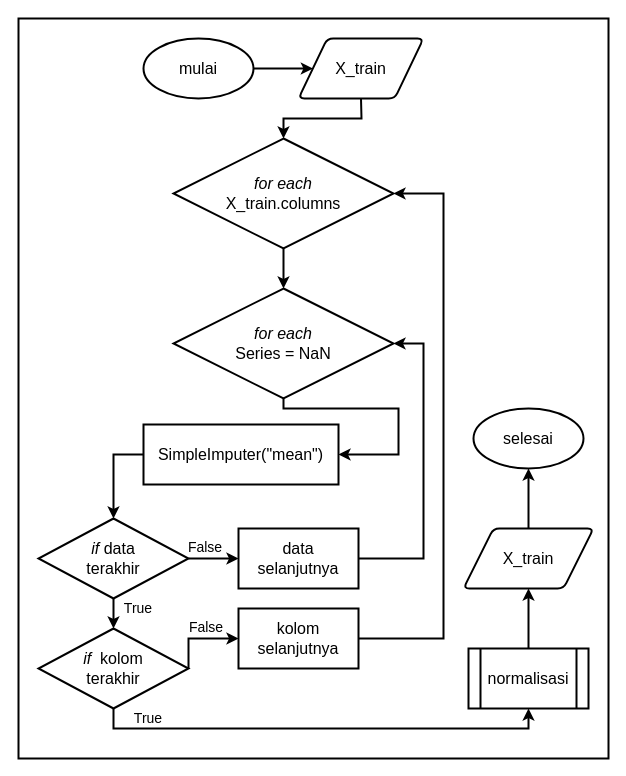
Before: Images/flowchart_prep_numeric.drawio in rshby/skripsi, a draw.io diagram. Source tidied: cells renumbered, new cells numbered last; positions are measured from the earlier drawing's top-left corner, leaving out a move shared by most shapes. Both pictures are drawn from the tidied source at 100%, with x=0, y=0 at pixel (18, 18).
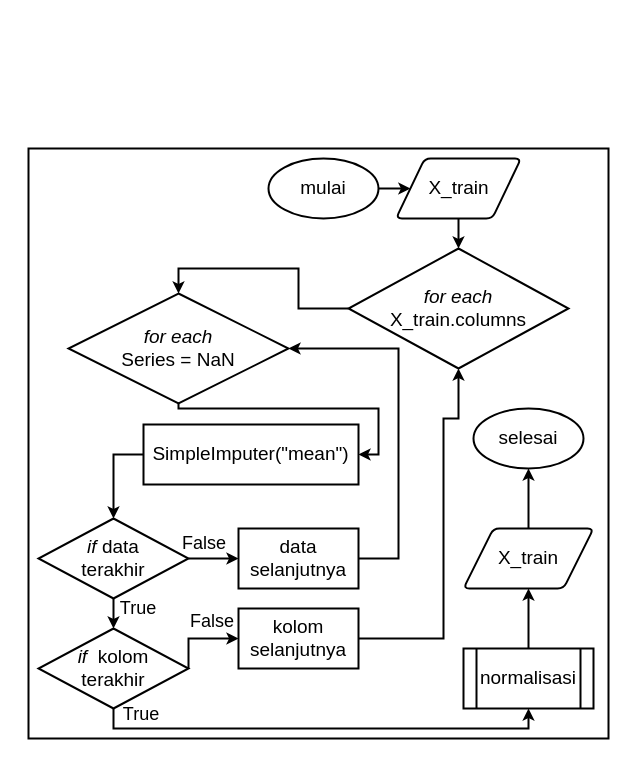
The same page after the edit.

What changed in the source:
```diff
@@
-    <mxCell id="2" style="group;" parent="1" vertex="1">
-      <mxGeometry width="590" height="740" as="geometry" />
-    </mxCell>
-    <mxCell id="3" style="rounded=0;whiteSpace=wrap;html=1;strokeWidth=2;" parent="2" vertex="1">
-      <mxGeometry width="590" height="740" as="geometry" />
-    </mxCell>
+    <mxCell id="33" style="group;" parent="1" vertex="1">
+      <mxGeometry x="10" y="130" width="580" height="590" as="geometry" />
+    </mxCell>
+    <mxCell id="34" style="rounded=0;whiteSpace=wrap;html=1;fontSize=19;strokeWidth=2;" parent="33" vertex="1">
+      <mxGeometry width="580" height="590" as="geometry" />
+    </mxCell>
-    <mxCell id="4" value="&lt;font style=&quot;font-size: 16px&quot;&gt;selesai&lt;/font&gt;" style="ellipse;whiteSpace=wrap;html=1;strokeWidth=2;" parent="2" vertex="1">
-      <mxGeometry x="455" y="390" width="110" height="60" as="geometry" />
+    <mxCell id="4" value="&lt;font style=&quot;font-size: 19px&quot;&gt;selesai&lt;/font&gt;" style="ellipse;whiteSpace=wrap;html=1;strokeWidth=2;" parent="33" vertex="1">
+      <mxGeometry x="445" y="260" width="110" height="60" as="geometry" />
     </mxCell>
-    <mxCell id="5" value="&lt;font style=&quot;font-size: 16px&quot;&gt;normalisasi&lt;/font&gt;" style="shape=process;whiteSpace=wrap;html=1;backgroundOutline=1;strokeWidth=2;" parent="2" vertex="1">
-      <mxGeometry x="450" y="630" width="120" height="60" as="geometry" />
+    <mxCell id="5" value="&lt;font style=&quot;font-size: 19px&quot;&gt;normalisasi&lt;/font&gt;" style="shape=process;whiteSpace=wrap;html=1;backgroundOutline=1;strokeWidth=2;" parent="33" vertex="1">
+      <mxGeometry x="435" y="500" width="130" height="60" as="geometry" />
     </mxCell>
-    <mxCell id="6" value="&lt;font style=&quot;font-size: 16px&quot;&gt;X_train&lt;/font&gt;" style="shape=parallelogram;html=1;strokeWidth=2;perimeter=parallelogramPerimeter;whiteSpace=wrap;rounded=1;arcSize=12;size=0.23;" parent="2" vertex="1">
-      <mxGeometry x="445" y="510" width="130" height="60" as="geometry" />
+    <mxCell id="6" value="&lt;font style=&quot;font-size: 19px&quot;&gt;X_train&lt;/font&gt;" style="shape=parallelogram;html=1;strokeWidth=2;perimeter=parallelogramPerimeter;whiteSpace=wrap;rounded=1;arcSize=12;size=0.23;" parent="33" vertex="1">
+      <mxGeometry x="435" y="380" width="130" height="60" as="geometry" />
     </mxCell>
-    <mxCell id="7" style="endArrow=classic;html=1;strokeWidth=2;exitX=0.5;exitY=0;exitDx=0;exitDy=0;entryX=0.5;entryY=1;entryDx=0;entryDy=0;" parent="2" edge="1" source="5" target="6">
-      <mxGeometry x="440" y="40" as="geometry" />
+    <mxCell id="7" style="endArrow=classic;html=1;strokeWidth=2;exitX=0.5;exitY=0;exitDx=0;exitDy=0;entryX=0.5;entryY=1;entryDx=0;entryDy=0;" parent="33" edge="1" source="5" target="6">
+      <mxGeometry x="430" y="-90" as="geometry" />
     </mxCell>
-    <mxCell id="8" value="&lt;font style=&quot;font-size: 16px&quot;&gt;mulai&lt;/font&gt;" style="ellipse;whiteSpace=wrap;html=1;strokeWidth=2;" parent="2" vertex="1">
-      <mxGeometry x="125" y="20" width="110" height="60" as="geometry" />
+    <mxCell id="8" value="&lt;font style=&quot;font-size: 19px&quot;&gt;mulai&lt;/font&gt;" style="ellipse;whiteSpace=wrap;html=1;strokeWidth=2;" parent="33" vertex="1">
+      <mxGeometry x="240" y="10" width="110" height="60" as="geometry" />
     </mxCell>
-    <mxCell id="9" value="&lt;font style=&quot;font-size: 16px&quot;&gt;X_train&lt;/font&gt;" style="shape=parallelogram;html=1;strokeWidth=2;perimeter=parallelogramPerimeter;whiteSpace=wrap;rounded=1;arcSize=12;size=0.23;" parent="2" vertex="1">
-      <mxGeometry x="280" y="20" width="125" height="60" as="geometry" />
+    <mxCell id="9" value="&lt;font style=&quot;font-size: 19px&quot;&gt;X_train&lt;/font&gt;" style="shape=parallelogram;html=1;strokeWidth=2;perimeter=parallelogramPerimeter;whiteSpace=wrap;rounded=1;arcSize=12;size=0.23;" parent="33" vertex="1">
+      <mxGeometry x="367.5" y="10" width="125" height="60" as="geometry" />
     </mxCell>
-    <mxCell id="10" value="&lt;font style=&quot;font-size: 16px&quot;&gt;&lt;i&gt;for each&lt;/i&gt;&lt;br&gt;X_train.columns&lt;/font&gt;" style="rhombus;whiteSpace=wrap;html=1;strokeWidth=2;" parent="2" vertex="1">
-      <mxGeometry x="155" y="120" width="220" height="110" as="geometry" />
+    <mxCell id="10" value="&lt;font style=&quot;font-size: 19px&quot;&gt;&lt;i&gt;for each&lt;/i&gt;&lt;br&gt;X_train.columns&lt;/font&gt;" style="rhombus;whiteSpace=wrap;html=1;strokeWidth=2;" parent="33" vertex="1">
+      <mxGeometry x="320" y="100" width="220" height="120" as="geometry" />
     </mxCell>
-    <mxCell id="11" style="endArrow=classic;html=1;exitX=1;exitY=0.5;exitDx=0;exitDy=0;strokeWidth=2;entryX=0;entryY=0.5;entryDx=0;entryDy=0;" parent="2" edge="1" source="8" target="9">
-      <mxGeometry as="geometry" />
+    <mxCell id="11" style="endArrow=classic;html=1;exitX=1;exitY=0.5;exitDx=0;exitDy=0;strokeWidth=2;entryX=0;entryY=0.5;entryDx=0;entryDy=0;" parent="33" edge="1" source="8" target="9">
+      <mxGeometry x="-10" y="-130" as="geometry" />
     </mxCell>
-    <mxCell id="12" style="endArrow=classic;html=1;strokeWidth=2;exitX=0.5;exitY=1;exitDx=0;exitDy=0;entryX=0.5;entryY=0;entryDx=0;entryDy=0;rounded=0;" parent="2" edge="1" source="9" target="10">
-      <mxGeometry as="geometry">
-        <Array as="points">
-          <mxPoint x="343" y="100" />
-          <mxPoint x="265" y="100" />
-        </Array>
-      </mxGeometry>
+    <mxCell id="12" style="endArrow=classic;html=1;strokeWidth=2;exitX=0.5;exitY=1;exitDx=0;exitDy=0;entryX=0.5;entryY=0;entryDx=0;entryDy=0;rounded=0;" parent="33" edge="1" source="9" target="10">
+      <mxGeometry x="440" y="-270" as="geometry" />
     </mxCell>
-    <mxCell id="13" value="&lt;font style=&quot;font-size: 16px&quot;&gt;&lt;i&gt;for each&lt;/i&gt;&lt;br&gt;Series = NaN&lt;/font&gt;" style="rhombus;whiteSpace=wrap;html=1;strokeWidth=2;" parent="2" vertex="1">
-      <mxGeometry x="155" y="270" width="220" height="110" as="geometry" />
+    <mxCell id="13" value="&lt;font style=&quot;font-size: 19px&quot;&gt;&lt;i&gt;for each&lt;/i&gt;&lt;br&gt;Series = NaN&lt;/font&gt;" style="rhombus;whiteSpace=wrap;html=1;strokeWidth=2;" parent="33" vertex="1">
+      <mxGeometry x="40" y="145" width="220" height="110" as="geometry" />
     </mxCell>
-    <mxCell id="14" style="endArrow=classic;html=1;strokeWidth=2;exitX=0.5;exitY=1;exitDx=0;exitDy=0;entryX=0.5;entryY=0;entryDx=0;entryDy=0;" parent="2" edge="1" source="10" target="13">
-      <mxGeometry as="geometry" />
+    <mxCell id="14" style="endArrow=classic;html=1;strokeWidth=2;exitX=0;exitY=0.5;exitDx=0;exitDy=0;rounded=0;entryX=0.5;entryY=0;entryDx=0;entryDy=0;" parent="33" edge="1" source="10" target="13">
+      <mxGeometry x="-10" y="-130" as="geometry">
+        <Array as="points">
+          <mxPoint x="270" y="160" />
+          <mxPoint x="270" y="120" />
+          <mxPoint x="150" y="120" />
+        </Array>
+      </mxGeometry>
     </mxCell>
-    <mxCell id="15" value="&lt;font style=&quot;font-size: 16px&quot;&gt;SimpleImputer(&quot;mean&quot;)&lt;/font&gt;" style="rounded=0;whiteSpace=wrap;html=1;strokeWidth=2;" parent="2" vertex="1">
-      <mxGeometry x="125" y="406" width="195" height="60" as="geometry" />
+    <mxCell id="15" value="&lt;font style=&quot;font-size: 19px&quot;&gt;SimpleImputer(&quot;mean&quot;)&lt;/font&gt;" style="rounded=0;whiteSpace=wrap;html=1;strokeWidth=2;" parent="33" vertex="1">
+      <mxGeometry x="115" y="276" width="215" height="60" as="geometry" />
     </mxCell>
-    <mxCell id="16" style="endArrow=classic;html=1;strokeWidth=2;exitX=0.5;exitY=1;exitDx=0;exitDy=0;entryX=1;entryY=0.5;entryDx=0;entryDy=0;rounded=0;" parent="2" edge="1" source="13" target="15">
-      <mxGeometry x="450" y="-140" as="geometry">
+    <mxCell id="16" style="endArrow=classic;html=1;strokeWidth=2;exitX=0.5;exitY=1;exitDx=0;exitDy=0;entryX=1;entryY=0.5;entryDx=0;entryDy=0;rounded=0;" parent="33" edge="1" source="13" target="15">
+      <mxGeometry x="440" y="-270" as="geometry">
         <Array as="points">
-          <mxPoint x="265" y="390" />
-          <mxPoint x="380" y="390" />
-          <mxPoint x="380" y="436" />
+          <mxPoint x="150" y="260" />
+          <mxPoint x="350" y="260" />
+          <mxPoint x="350" y="306" />
         </Array>
       </mxGeometry>
     </mxCell>
-    <mxCell id="17" value="&lt;font style=&quot;font-size: 16px&quot;&gt;&lt;i&gt;if&lt;/i&gt;&amp;nbsp;data&lt;br&gt;terakhir&lt;/font&gt;" style="rhombus;whiteSpace=wrap;html=1;strokeWidth=2;" parent="2" vertex="1">
-      <mxGeometry x="20" y="500" width="150" height="80" as="geometry" />
+    <mxCell id="17" value="&lt;font style=&quot;font-size: 19px&quot;&gt;&lt;i&gt;if&lt;/i&gt;&amp;nbsp;data&lt;br&gt;terakhir&lt;/font&gt;" style="rhombus;whiteSpace=wrap;html=1;strokeWidth=2;" parent="33" vertex="1">
+      <mxGeometry x="10" y="370" width="150" height="80" as="geometry" />
     </mxCell>
-    <mxCell id="18" value="&lt;font style=&quot;font-size: 16px&quot;&gt;data&lt;br&gt;selanjutnya&lt;/font&gt;" style="rounded=0;whiteSpace=wrap;html=1;strokeWidth=2;" parent="2" vertex="1">
-      <mxGeometry x="220" y="510" width="120" height="60" as="geometry" />
+    <mxCell id="18" value="&lt;font style=&quot;font-size: 19px&quot;&gt;data&lt;br&gt;selanjutnya&lt;/font&gt;" style="rounded=0;whiteSpace=wrap;html=1;strokeWidth=2;" parent="33" vertex="1">
+      <mxGeometry x="210" y="380" width="120" height="60" as="geometry" />
     </mxCell>
-    <mxCell id="19" value="&lt;font style=&quot;font-size: 16px&quot;&gt;&lt;i&gt;if&lt;/i&gt;&amp;nbsp; kolom&lt;br&gt;terakhir&lt;/font&gt;" style="rhombus;whiteSpace=wrap;html=1;strokeWidth=2;" parent="2" vertex="1">
-      <mxGeometry x="20" y="610" width="150" height="80" as="geometry" />
+    <mxCell id="19" value="&lt;font style=&quot;font-size: 19px&quot;&gt;&lt;i&gt;if&lt;/i&gt;&amp;nbsp; kolom&lt;br&gt;terakhir&lt;/font&gt;" style="rhombus;whiteSpace=wrap;html=1;strokeWidth=2;" parent="33" vertex="1">
+      <mxGeometry x="10" y="480" width="150" height="80" as="geometry" />
     </mxCell>
-    <mxCell id="20" value="&lt;font style=&quot;font-size: 16px&quot;&gt;kolom&lt;br&gt;selanjutnya&lt;/font&gt;" style="rounded=0;whiteSpace=wrap;html=1;strokeWidth=2;" parent="2" vertex="1">
-      <mxGeometry x="220" y="590" width="120" height="60" as="geometry" />
+    <mxCell id="20" value="&lt;font style=&quot;font-size: 19px&quot;&gt;kolom&lt;br&gt;selanjutnya&lt;/font&gt;" style="rounded=0;whiteSpace=wrap;html=1;strokeWidth=2;" parent="33" vertex="1">
+      <mxGeometry x="210" y="460" width="120" height="60" as="geometry" />
     </mxCell>
-    <mxCell id="21" style="endArrow=classic;html=1;strokeWidth=2;exitX=1;exitY=0.5;exitDx=0;exitDy=0;entryX=1;entryY=0.5;entryDx=0;entryDy=0;rounded=0;" parent="2" edge="1" source="18" target="13">
-      <mxGeometry as="geometry">
+    <mxCell id="21" style="endArrow=classic;html=1;strokeWidth=2;exitX=1;exitY=0.5;exitDx=0;exitDy=0;entryX=1;entryY=0.5;entryDx=0;entryDy=0;rounded=0;" parent="33" edge="1" source="18" target="13">
+      <mxGeometry x="-10" y="-130" as="geometry">
         <Array as="points">
-          <mxPoint x="405" y="540" />
-          <mxPoint x="405" y="325" />
+          <mxPoint x="370" y="410" />
+          <mxPoint x="370" y="200" />
         </Array>
       </mxGeometry>
     </mxCell>
-    <mxCell id="22" style="endArrow=classic;html=1;strokeWidth=2;exitX=1;exitY=0.5;exitDx=0;exitDy=0;entryX=1;entryY=0.5;entryDx=0;entryDy=0;rounded=0;" parent="2" edge="1" source="20" target="10">
-      <mxGeometry as="geometry">
+    <mxCell id="22" style="endArrow=classic;html=1;strokeWidth=2;exitX=1;exitY=0.5;exitDx=0;exitDy=0;entryX=0.5;entryY=1;entryDx=0;entryDy=0;rounded=0;" parent="33" edge="1" source="20" target="10">
+      <mxGeometry x="-10" y="-130" as="geometry">
         <Array as="points">
-          <mxPoint x="425" y="620" />
-          <mxPoint x="425" y="175" />
+          <mxPoint x="415" y="490" />
+          <mxPoint x="415" y="270" />
+          <mxPoint x="430" y="270" />
         </Array>
       </mxGeometry>
     </mxCell>
-    <mxCell id="23" style="endArrow=classic;html=1;strokeWidth=2;exitX=1;exitY=0.5;exitDx=0;exitDy=0;entryX=0;entryY=0.5;entryDx=0;entryDy=0;" parent="2" edge="1" source="17" target="18">
-      <mxGeometry as="geometry" />
+    <mxCell id="23" style="endArrow=classic;html=1;strokeWidth=2;exitX=1;exitY=0.5;exitDx=0;exitDy=0;entryX=0;entryY=0.5;entryDx=0;entryDy=0;" parent="33" edge="1" source="17" target="18">
+      <mxGeometry x="-10" y="-130" as="geometry" />
     </mxCell>
-    <mxCell id="24" style="endArrow=classic;html=1;strokeWidth=2;exitX=0.5;exitY=1;exitDx=0;exitDy=0;" parent="2" edge="1" source="17">
-      <mxGeometry as="geometry">
-        <mxPoint x="95" y="610" as="targetPoint" />
+    <mxCell id="24" style="endArrow=classic;html=1;strokeWidth=2;exitX=0.5;exitY=1;exitDx=0;exitDy=0;" parent="33" edge="1" source="17">
+      <mxGeometry x="-10" y="-130" as="geometry">
+        <mxPoint x="85" y="480" as="targetPoint" />
       </mxGeometry>
     </mxCell>
-    <mxCell id="25" style="endArrow=classic;html=1;strokeWidth=2;exitX=1;exitY=0.5;exitDx=0;exitDy=0;entryX=0;entryY=0.5;entryDx=0;entryDy=0;rounded=0;" parent="2" edge="1" source="19" target="20">
-      <mxGeometry as="geometry">
+    <mxCell id="25" style="endArrow=classic;html=1;strokeWidth=2;exitX=1;exitY=0.5;exitDx=0;exitDy=0;entryX=0;entryY=0.5;entryDx=0;entryDy=0;rounded=0;" parent="33" edge="1" source="19" target="20">
+      <mxGeometry x="-10" y="-130" as="geometry">
         <Array as="points">
-          <mxPoint x="170" y="620" />
+          <mxPoint x="160" y="490" />
         </Array>
       </mxGeometry>
     </mxCell>
-    <mxCell id="26" style="endArrow=classic;html=1;exitX=0.5;exitY=1;exitDx=0;exitDy=0;entryX=0.5;entryY=1;entryDx=0;entryDy=0;rounded=0;strokeWidth=2;" parent="2" edge="1" source="19" target="5">
-      <mxGeometry as="geometry">
+    <mxCell id="26" style="endArrow=classic;html=1;exitX=0.5;exitY=1;exitDx=0;exitDy=0;entryX=0.5;entryY=1;entryDx=0;entryDy=0;rounded=0;strokeWidth=2;" parent="33" edge="1" source="19" target="5">
+      <mxGeometry x="-10" y="-130" as="geometry">
         <Array as="points">
-          <mxPoint x="95" y="710" />
-          <mxPoint x="510" y="710" />
+          <mxPoint x="85" y="580" />
+          <mxPoint x="500" y="580" />
         </Array>
       </mxGeometry>
     </mxCell>
-    <mxCell id="27" style="endArrow=classic;html=1;strokeWidth=2;exitX=0.5;exitY=0;exitDx=0;exitDy=0;entryX=0.5;entryY=1;entryDx=0;entryDy=0;" parent="2" edge="1" source="6" target="4">
-      <mxGeometry as="geometry" />
+    <mxCell id="27" style="endArrow=classic;html=1;strokeWidth=2;exitX=0.5;exitY=0;exitDx=0;exitDy=0;entryX=0.5;entryY=1;entryDx=0;entryDy=0;" parent="33" edge="1" source="6" target="4">
+      <mxGeometry x="-10" y="-130" as="geometry" />
     </mxCell>
-    <mxCell id="28" value="&lt;font style=&quot;font-size: 14px&quot;&gt;True&lt;/font&gt;" style="text;html=1;strokeColor=none;fillColor=none;align=center;verticalAlign=middle;whiteSpace=wrap;rounded=0;" parent="2" vertex="1">
-      <mxGeometry x="100" y="580" width="40" height="20" as="geometry" />
+    <mxCell id="28" value="&lt;font style=&quot;font-size: 18px&quot;&gt;True&lt;/font&gt;" style="text;html=1;strokeColor=none;fillColor=none;align=center;verticalAlign=middle;whiteSpace=wrap;rounded=0;" parent="33" vertex="1">
+      <mxGeometry x="90" y="450" width="40" height="20" as="geometry" />
     </mxCell>
-    <mxCell id="29" value="&lt;font style=&quot;font-size: 14px&quot;&gt;True&lt;/font&gt;" style="text;html=1;strokeColor=none;fillColor=none;align=center;verticalAlign=middle;whiteSpace=wrap;rounded=0;" parent="2" vertex="1">
-      <mxGeometry x="110" y="690" width="40" height="20" as="geometry" />
+    <mxCell id="29" value="&lt;font style=&quot;font-size: 18px&quot;&gt;True&lt;/font&gt;" style="text;html=1;strokeColor=none;fillColor=none;align=center;verticalAlign=middle;whiteSpace=wrap;rounded=0;" parent="33" vertex="1">
+      <mxGeometry x="93" y="556" width="40" height="20" as="geometry" />
     </mxCell>
-    <mxCell id="30" value="&lt;font style=&quot;font-size: 14px&quot;&gt;False&lt;/font&gt;" style="text;html=1;strokeColor=none;fillColor=none;align=center;verticalAlign=middle;whiteSpace=wrap;rounded=0;" parent="2" vertex="1">
-      <mxGeometry x="167" y="519" width="40" height="20" as="geometry" />
+    <mxCell id="30" value="&lt;font style=&quot;font-size: 18px&quot;&gt;False&lt;/font&gt;" style="text;html=1;strokeColor=none;fillColor=none;align=center;verticalAlign=middle;whiteSpace=wrap;rounded=0;" parent="33" vertex="1">
+      <mxGeometry x="156" y="385" width="40" height="20" as="geometry" />
     </mxCell>
-    <mxCell id="31" value="&lt;font style=&quot;font-size: 14px&quot;&gt;False&lt;/font&gt;" style="text;html=1;strokeColor=none;fillColor=none;align=center;verticalAlign=middle;whiteSpace=wrap;rounded=0;" parent="2" vertex="1">
-      <mxGeometry x="168" y="599" width="40" height="20" as="geometry" />
+    <mxCell id="31" value="&lt;font style=&quot;font-size: 18px&quot;&gt;False&lt;/font&gt;" style="text;html=1;strokeColor=none;fillColor=none;align=center;verticalAlign=middle;whiteSpace=wrap;rounded=0;" parent="33" vertex="1">
+      <mxGeometry x="164" y="463" width="40" height="20" as="geometry" />
     </mxCell>
-    <mxCell id="32" style="endArrow=classic;html=1;strokeWidth=2;exitX=0;exitY=0.5;exitDx=0;exitDy=0;entryX=0.5;entryY=0;entryDx=0;entryDy=0;rounded=0;" parent="2" edge="1" source="15" target="17">
-      <mxGeometry as="geometry">
+    <mxCell id="32" style="endArrow=classic;html=1;strokeWidth=2;exitX=0;exitY=0.5;exitDx=0;exitDy=0;entryX=0.5;entryY=0;entryDx=0;entryDy=0;rounded=0;" parent="33" edge="1" source="15" target="17">
+      <mxGeometry x="-10" y="-130" as="geometry">
         <Array as="points">
-          <mxPoint x="95" y="436" />
+          <mxPoint x="85" y="306" />
         </Array>
       </mxGeometry>
     </mxCell>
```
